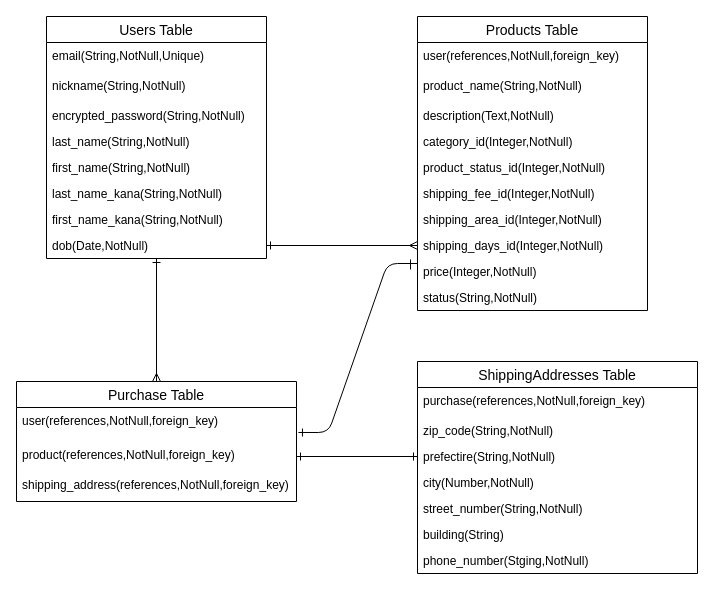
yogurt-mr/furima-38039 keeps this draw.io diagram as er.dio. Above is the earlier version. Source tidied: cells renumbered, new cells numbered last; positions are measured from the earlier drawing's top-left corner, leaving out a move shared by most shapes. Both pictures are drawn from the tidied source at 100%, with x=0, y=0 at pixel (16, 16).
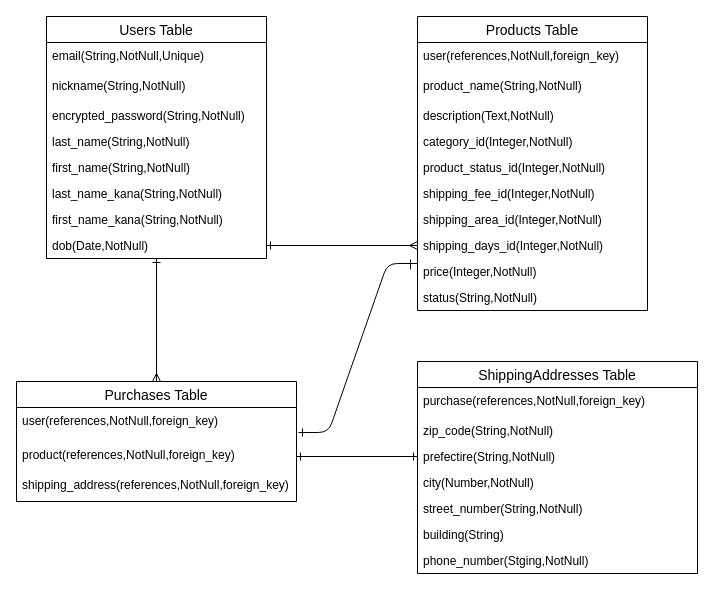
After the change.

Commit message:
er図追加更新

Change to the diagram source:
```diff
@@
-    <mxCell id="23" value="Purchase Table" style="swimlane;fontStyle=0;horizontal=1;startSize=26;align=center;fontSize=14;" parent="1" vertex="1">
+    <mxCell id="23" value="Purchases Table" style="swimlane;fontStyle=0;horizontal=1;startSize=26;align=center;fontSize=14;" parent="1" vertex="1">
       <mxGeometry y="365" width="280" height="120" as="geometry" />
     </mxCell>
```
